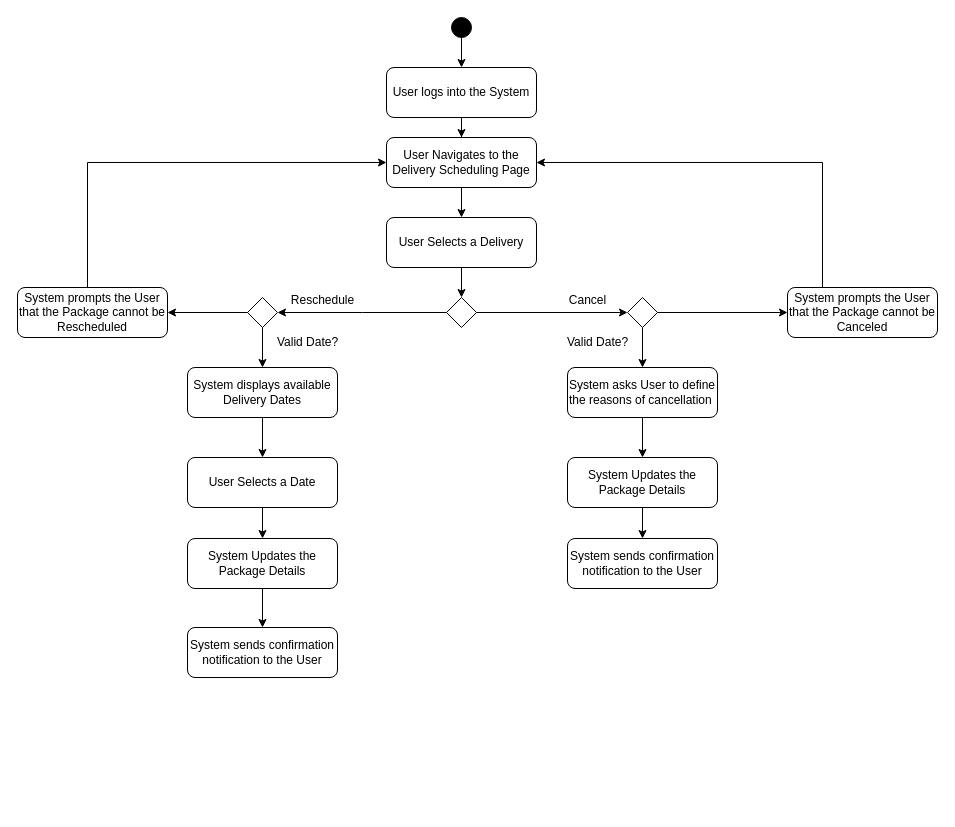
The draw.io diagram page "Page-1" (1 of 8) of UC-2(Activity Diagram).drawio in IamSaqibJaved/Diagrams, before the edit. Source tidied: cells renumbered, new cells numbered last; positions are measured from the earlier drawing's top-left corner, leaving out a move shared by most shapes. Both pictures are drawn from the tidied source at 100%, with x=0, y=0 at pixel (17, 17).
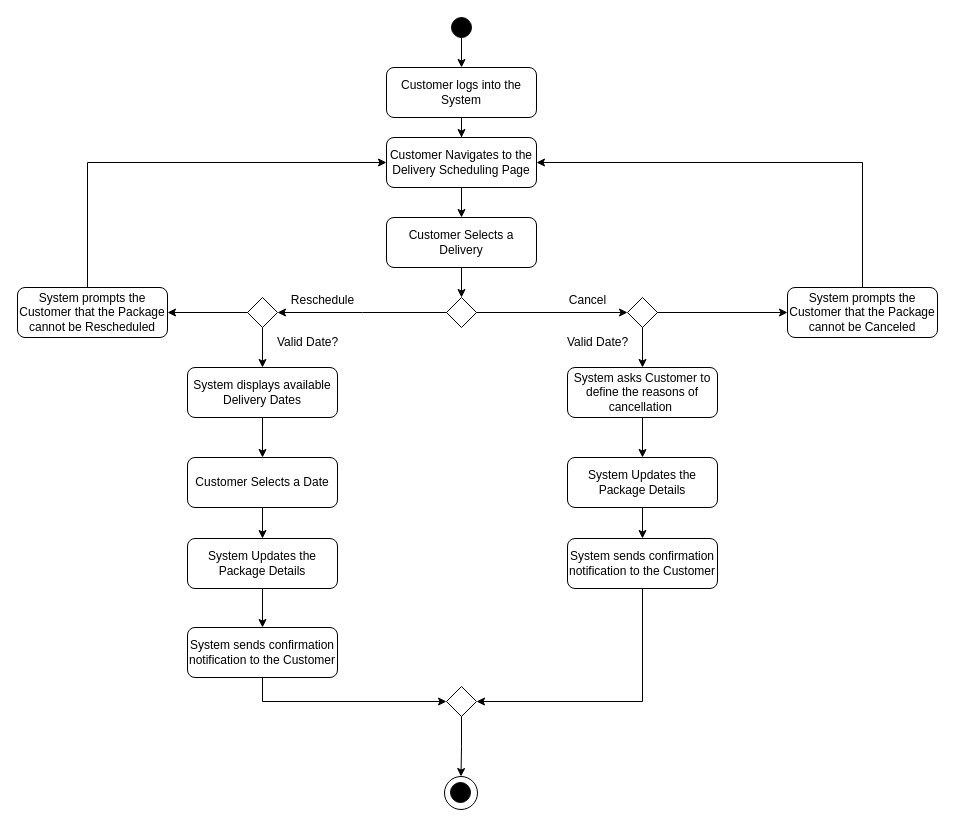
Above is the later version.

What changed in the source:
```diff
@@
-    <mxCell id="5" value="User logs into the System" style="rounded=1;whiteSpace=wrap;html=1;fillColor=none;" parent="1" vertex="1">
+    <mxCell id="5" value="Customer logs into the System" style="rounded=1;whiteSpace=wrap;html=1;fillColor=none;" parent="1" vertex="1">
       <mxGeometry x="369" y="50" width="150" height="50" as="geometry" />
     </mxCell>
@@
-    <mxCell id="7" value="User Navigates to the Delivery Scheduling Page" style="rounded=1;whiteSpace=wrap;html=1;fillColor=none;" parent="1" vertex="1">
+    <mxCell id="7" value="Customer Navigates to the Delivery Scheduling Page" style="rounded=1;whiteSpace=wrap;html=1;fillColor=none;" parent="1" vertex="1">
       <mxGeometry x="369" y="120" width="150" height="50" as="geometry" />
     </mxCell>
@@
-    <mxCell id="9" value="User Selects a Delivery" style="rounded=1;whiteSpace=wrap;html=1;fillColor=none;" parent="1" vertex="1">
+    <mxCell id="9" value="Customer Selects a Delivery" style="rounded=1;whiteSpace=wrap;html=1;fillColor=none;" parent="1" vertex="1">
       <mxGeometry x="369" y="200" width="150" height="50" as="geometry" />
     </mxCell>
@@
-    <mxCell id="21" value="User Selects a Date" style="rounded=1;whiteSpace=wrap;html=1;fillColor=none;" parent="1" vertex="1">
+    <mxCell id="21" value="Customer Selects a Date" style="rounded=1;whiteSpace=wrap;html=1;fillColor=none;" parent="1" vertex="1">
       <mxGeometry x="170" y="440" width="150" height="50" as="geometry" />
     </mxCell>
@@
+    <mxCell id="39" style="edgeStyle=orthogonalEdgeStyle;rounded=0;jettySize=auto;html=1;entryX=0;entryY=0.5;entryDx=0;entryDy=0;" parent="1" edge="1" source="24" target="42">
+      <mxGeometry relative="1" as="geometry">
+        <Array as="points">
+          <mxPoint x="245" y="684" />
+        </Array>
+      </mxGeometry>
+    </mxCell>
-    <mxCell id="24" value="System sends confirmation notification to the User" style="rounded=1;whiteSpace=wrap;html=1;fillColor=none;" parent="1" vertex="1">
+    <mxCell id="24" value="System sends confirmation notification to the Customer" style="rounded=1;whiteSpace=wrap;html=1;fillColor=none;" parent="1" vertex="1">
       <mxGeometry x="170" y="610" width="150" height="50" as="geometry" />
     </mxCell>
@@
-    <mxCell id="26" value="System prompts the User that the Package cannot be Rescheduled" style="rounded=1;whiteSpace=wrap;html=1;fillColor=none;" parent="1" vertex="1">
+    <mxCell id="26" value="System prompts the Customer that the Package cannot be Rescheduled" style="rounded=1;whiteSpace=wrap;html=1;fillColor=none;" parent="1" vertex="1">
       <mxGeometry y="270" width="150" height="50" as="geometry" />
     </mxCell>
@@
-    <mxCell id="31" value="System asks User to define the reasons of cancellation&amp;nbsp;" style="rounded=1;whiteSpace=wrap;html=1;fillColor=none;" parent="1" vertex="1">
+    <mxCell id="31" value="System asks Customer to define the reasons of cancellation&amp;nbsp;" style="rounded=1;whiteSpace=wrap;html=1;fillColor=none;" parent="1" vertex="1">
       <mxGeometry x="550" y="350" width="150" height="50" as="geometry" />
     </mxCell>
@@
+    <mxCell id="40" style="edgeStyle=orthogonalEdgeStyle;rounded=0;jettySize=auto;html=1;entryX=1;entryY=0.5;entryDx=0;entryDy=0;" parent="1" edge="1" source="34" target="42">
+      <mxGeometry relative="1" as="geometry">
+        <Array as="points">
+          <mxPoint x="625" y="684" />
+        </Array>
+      </mxGeometry>
+    </mxCell>
-    <mxCell id="34" value="System sends confirmation notification to the User" style="rounded=1;whiteSpace=wrap;html=1;fillColor=none;" parent="1" vertex="1">
+    <mxCell id="34" value="System sends confirmation notification to the Customer" style="rounded=1;whiteSpace=wrap;html=1;fillColor=none;" parent="1" vertex="1">
       <mxGeometry x="550" y="521" width="150" height="50" as="geometry" />
     </mxCell>
-    <mxCell id="35" style="edgeStyle=orthogonalEdgeStyle;rounded=0;jettySize=auto;html=1;entryX=1;entryY=0.5;entryDx=0;entryDy=0;" parent="1" edge="1" source="36" target="7">
+    <mxCell id="35" style="edgeStyle=orthogonalEdgeStyle;rounded=0;jettySize=auto;html=1;entryX=1;entryY=0.5;entryDx=0;entryDy=0;exitX=0.5;exitY=0;exitDx=0;exitDy=0;" parent="1" edge="1" source="36" target="7">
       <mxGeometry relative="1" as="geometry">
         <Array as="points">
-          <mxPoint x="805" y="145" />
+          <mxPoint x="845" y="145" />
         </Array>
       </mxGeometry>
     </mxCell>
-    <mxCell id="36" value="System prompts the User that the Package cannot be Canceled" style="rounded=1;whiteSpace=wrap;html=1;fillColor=none;" parent="1" vertex="1">
+    <mxCell id="36" value="System prompts the Customer that the Package cannot be Canceled" style="rounded=1;whiteSpace=wrap;html=1;fillColor=none;" parent="1" vertex="1">
       <mxGeometry x="770" y="270" width="150" height="50" as="geometry" />
     </mxCell>
@@
+    <mxCell id="41" style="edgeStyle=orthogonalEdgeStyle;rounded=0;jettySize=auto;html=1;" parent="1" edge="1" source="42" target="44">
+      <mxGeometry relative="1" as="geometry" />
+    </mxCell>
+    <mxCell id="42" style="rhombus;whiteSpace=wrap;html=1;fillColor=none;" parent="1" vertex="1">
+      <mxGeometry x="429" y="669" width="30" height="30" as="geometry" />
+    </mxCell>
+    <mxCell id="43" style="ellipse;whiteSpace=wrap;html=1;labelBackgroundColor=none;fillColor=#000000;" parent="1" vertex="1">
+      <mxGeometry x="433" y="765" width="20" height="20" as="geometry" />
+    </mxCell>
+    <mxCell id="44" style="ellipse;whiteSpace=wrap;html=1;fillColor=none;" parent="1" vertex="1">
+      <mxGeometry x="427" y="759" width="33" height="33" as="geometry" />
+    </mxCell>
```
